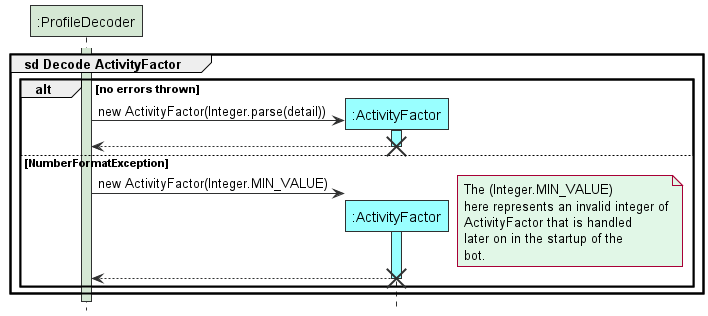
tryyang2001/tp keeps this PlantUML diagram as docs/images/DecodeActivityFactor.png. Above is the earlier version.
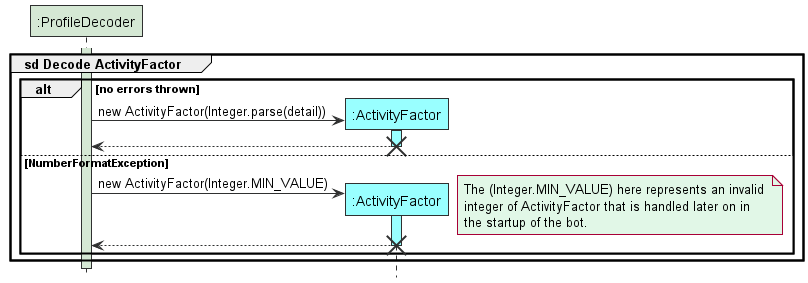
The same diagram one commit later.

What changed in the source:
```diff
@@ -16,8 +16,11 @@
 destroy ActivityFactor
 else NumberFormatException
 ProfileDecoder -> ActivityFactor ** DATA_COLOUR: new ActivityFactor(Integer.MIN_VALUE)
-note right STORAGE_FADED_COLOUR: The (Integer.MIN_VALUE)\nhere represents an invalid integer of\nActivityFactor that is handled\nlater on in the startup of the\nbot.
-
+note right STORAGE_FADED_COLOUR
+ The (Integer.MIN_VALUE) here represents an invalid
+ integer of ActivityFactor that is handled later on in
+ the startup of the bot.
+end note
 activate ActivityFactor DATA_COLOUR
     ActivityFactor --> ProfileDecoder
 deactivate
```
